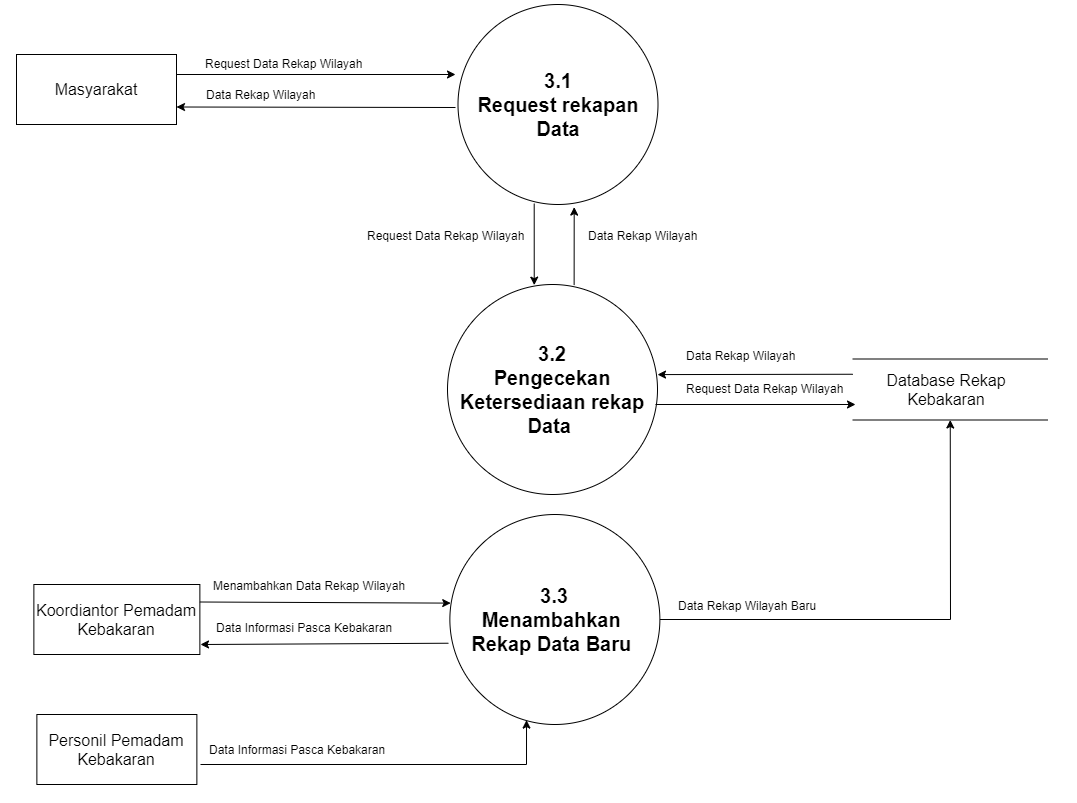
Above: Data Flow Diagram (DFD)/Diagram level 2 proses 3.png in inoyamanaka/MDPL (draw.io), before the change. Source tidied: cells renumbered, new cells last; positions are measured from the earlier drawing's top-left corner, leaving out a move shared by most shapes.
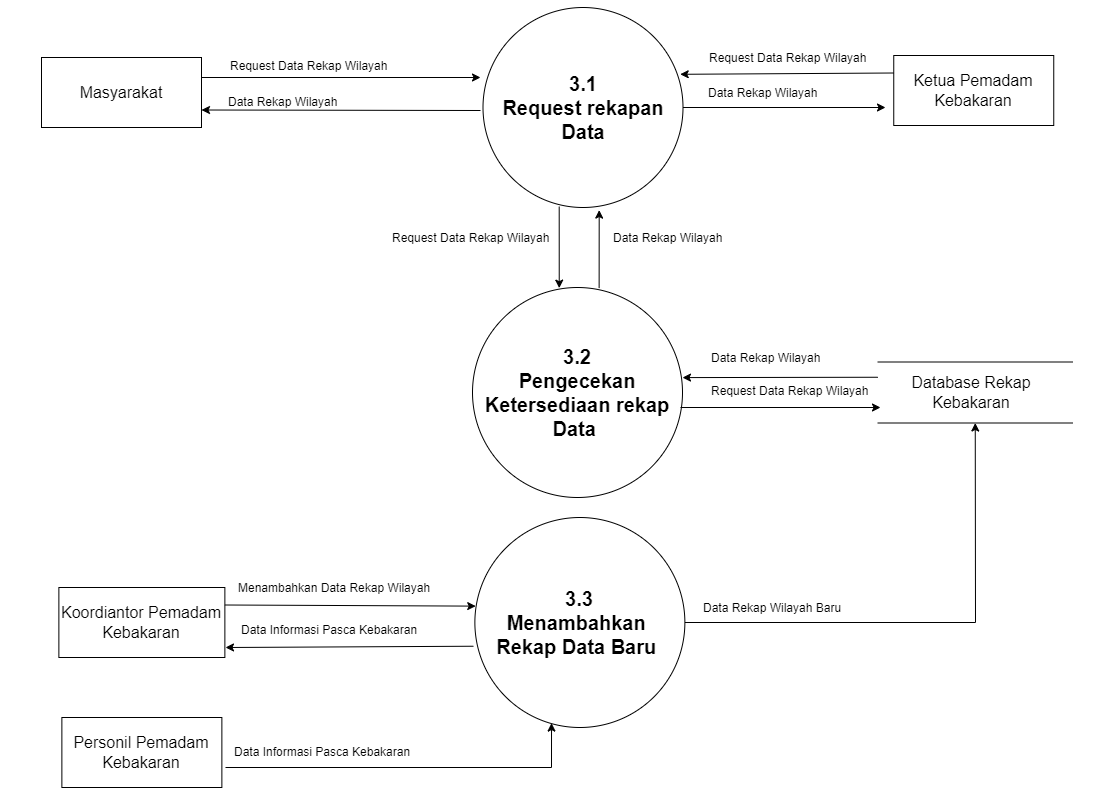
After the change.

Commit message:
Update revisi DFD

Diff of the diagram source:
```diff
@@ -2,72 +2,60 @@
   <root>
     <mxCell id="0" />
     <mxCell id="1" parent="0" />
-    <mxCell id="2" style="ellipse;whiteSpace=wrap;html=1;" parent="1" vertex="1">
-      <mxGeometry x="713" width="80" height="80" as="geometry" />
-    </mxCell>
-    <mxCell id="3" style="ellipse;whiteSpace=wrap;html=1;" parent="1" vertex="1">
-      <mxGeometry y="420" width="80" height="80" as="geometry" />
-    </mxCell>
-    <mxCell id="4" style="ellipse;whiteSpace=wrap;html=1;" parent="1" vertex="1">
-      <mxGeometry x="780" y="1010" width="80" height="80" as="geometry" />
-    </mxCell>
-    <mxCell id="5" style="ellipse;whiteSpace=wrap;html=1;" parent="1" vertex="1">
-      <mxGeometry x="1450" y="380" width="80" height="80" as="geometry" />
-    </mxCell>
     <mxCell id="6" value="&lt;b style=&quot;font-size: 20px&quot;&gt;3.1&lt;br&gt;Request rekapan Data&lt;br&gt;&lt;/b&gt;" style="ellipse;whiteSpace=wrap;html=1;" parent="1" vertex="1">
       <mxGeometry x="691.5" y="140" width="200" height="200" as="geometry" />
     </mxCell>
     <mxCell id="7" value="&lt;span style=&quot;font-size: 16px&quot;&gt;Koordiantor Pemadam Kebakaran&lt;/span&gt;" style="rounded=0;whiteSpace=wrap;html=1;" parent="1" vertex="1">
       <mxGeometry x="267.4" y="720" width="166" height="70" as="geometry" />
     </mxCell>
-    <mxCell id="8" style="shape=partialRectangle;whiteSpace=wrap;html=1;left=0;right=0;fillColor=none;fontSize=8;" parent="1" vertex="1">
-      <mxGeometry x="1086.2" y="494.5" width="195" height="61" as="geometry" />
-    </mxCell>
+    <mxCell id="34" style="shape=partialRectangle;whiteSpace=wrap;html=1;left=0;right=0;fillColor=none;fontSize=8;" parent="1" vertex="1">
+      <mxGeometry x="1086.2" y="494.5" width="195" height="61" as="geometry" />
+    </mxCell>
     <mxCell id="9" value="&lt;font style=&quot;font-size: 16px&quot;&gt;Database Rekap Kebakaran&lt;/font&gt;" style="text;html=1;strokeColor=none;fillColor=none;align=center;verticalAlign=middle;whiteSpace=wrap;rounded=0;fontSize=16;" parent="1" vertex="1">
       <mxGeometry x="1091.2" y="512.5" width="178" height="25" as="geometry" />
     </mxCell>
-    <mxCell id="10" style="endArrow=classic;html=1;rounded=0;" parent="1" edge="1">
-      <mxGeometry relative="1" as="geometry">
-        <mxPoint x="409" y="210" as="sourcePoint" />
-        <mxPoint x="689" y="210" as="targetPoint" />
-      </mxGeometry>
-    </mxCell>
+    <mxCell id="35" style="endArrow=classic;html=1;rounded=0;" parent="1" edge="1">
+      <mxGeometry relative="1" as="geometry">
+        <mxPoint x="409" y="210" as="sourcePoint" />
+        <mxPoint x="689" y="210" as="targetPoint" />
+      </mxGeometry>
+    </mxCell>
     <mxCell id="11" value="&lt;b style=&quot;font-size: 20px&quot;&gt;3.2&lt;br&gt;Pengecekan Ketersediaan rekap Data&amp;nbsp;&lt;br&gt;&lt;/b&gt;" style="ellipse;whiteSpace=wrap;html=1;" parent="1" vertex="1">
       <mxGeometry x="681" y="420" width="210" height="210" as="geometry" />
     </mxCell>
-    <mxCell id="12" style="endArrow=classic;html=1;rounded=0;" parent="1" edge="1">
-      <mxGeometry relative="1" as="geometry">
-        <mxPoint x="889" y="540" as="sourcePoint" />
-        <mxPoint x="1089" y="540" as="targetPoint" />
-      </mxGeometry>
-    </mxCell>
-    <mxCell id="13" style="endArrow=classic;html=1;rounded=0;exitX=0;exitY=0.25;exitDx=0;exitDy=0;entryX=1;entryY=0.429;entryDx=0;entryDy=0;entryPerimeter=0;" parent="1" edge="1" source="8" target="11">
-      <mxGeometry relative="1" as="geometry" />
-    </mxCell>
-    <mxCell id="14" style="endArrow=classic;html=1;rounded=0;entryX=0.5;entryY=1;entryDx=0;entryDy=0;" parent="1" edge="1" source="23" target="8">
-      <mxGeometry relative="1" as="geometry">
-        <Array as="points">
-          <mxPoint x="1184" y="755" />
-        </Array>
-      </mxGeometry>
-    </mxCell>
-    <mxCell id="15" style="endArrow=classic;html=1;rounded=0;entryX=1;entryY=0.75;entryDx=0;entryDy=0;" parent="1" edge="1" target="17">
-      <mxGeometry relative="1" as="geometry">
-        <mxPoint x="689" y="243" as="sourcePoint" />
-      </mxGeometry>
-    </mxCell>
+    <mxCell id="36" style="endArrow=classic;html=1;rounded=0;" parent="1" edge="1">
+      <mxGeometry relative="1" as="geometry">
+        <mxPoint x="889" y="540" as="sourcePoint" />
+        <mxPoint x="1089" y="540" as="targetPoint" />
+      </mxGeometry>
+    </mxCell>
+    <mxCell id="37" style="endArrow=classic;html=1;rounded=0;exitX=0;exitY=0.25;exitDx=0;exitDy=0;entryX=1;entryY=0.429;entryDx=0;entryDy=0;entryPerimeter=0;" parent="1" edge="1" source="34" target="11">
+      <mxGeometry relative="1" as="geometry" />
+    </mxCell>
+    <mxCell id="38" style="endArrow=classic;html=1;rounded=0;entryX=0.5;entryY=1;entryDx=0;entryDy=0;" parent="1" edge="1" source="23" target="34">
+      <mxGeometry relative="1" as="geometry">
+        <Array as="points">
+          <mxPoint x="1184" y="755" />
+        </Array>
+      </mxGeometry>
+    </mxCell>
+    <mxCell id="39" style="endArrow=classic;html=1;rounded=0;entryX=1;entryY=0.75;entryDx=0;entryDy=0;" parent="1" edge="1" target="17">
+      <mxGeometry relative="1" as="geometry">
+        <mxPoint x="689" y="243" as="sourcePoint" />
+      </mxGeometry>
+    </mxCell>
     <mxCell id="16" style="endArrow=classic;html=1;rounded=0;exitX=0.381;exitY=0.995;exitDx=0;exitDy=0;exitPerimeter=0;entryX=0.413;entryY=0.003;entryDx=0;entryDy=0;entryPerimeter=0;" parent="1" edge="1" source="6" target="11">
       <mxGeometry relative="1" as="geometry" />
     </mxCell>
     <mxCell id="17" value="&lt;span style=&quot;font-size: 16px&quot;&gt;Masyarakat&lt;/span&gt;" style="rounded=0;whiteSpace=wrap;html=1;" parent="1" vertex="1">
       <mxGeometry x="250" y="190" width="160" height="70" as="geometry" />
     </mxCell>
-    <mxCell id="18" value="Request Data Rekap Wilayah" style="text;html=1;strokeColor=none;fillColor=none;align=left;verticalAlign=middle;whiteSpace=wrap;rounded=0;" parent="1" vertex="1">
-      <mxGeometry x="437" y="188" width="162" height="22" as="geometry" />
-    </mxCell>
-    <mxCell id="19" value="Data Rekap Wilayah" style="text;html=1;strokeColor=none;fillColor=none;align=left;verticalAlign=middle;whiteSpace=wrap;rounded=0;" parent="1" vertex="1">
-      <mxGeometry x="918.2" y="480" width="162" height="22" as="geometry" />
-    </mxCell>
+    <mxCell id="40" value="Request Data Rekap Wilayah" style="text;html=1;strokeColor=none;fillColor=none;align=left;verticalAlign=middle;whiteSpace=wrap;rounded=0;" parent="1" vertex="1">
+      <mxGeometry x="437" y="188" width="162" height="22" as="geometry" />
+    </mxCell>
+    <mxCell id="41" value="Data Rekap Wilayah" style="text;html=1;strokeColor=none;fillColor=none;align=left;verticalAlign=middle;whiteSpace=wrap;rounded=0;" parent="1" vertex="1">
+      <mxGeometry x="918.2" y="480" width="162" height="22" as="geometry" />
+    </mxCell>
     <mxCell id="20" style="endArrow=classic;html=1;fontFamily=Helvetica;fontSize=11;fontColor=rgba(0, 0, 0, 1);align=center;strokeColor=rgba(0, 0, 0, 1);exitX=1;exitY=0.25;exitDx=0;exitDy=0;entryX=0.004;entryY=0.422;entryDx=0;entryDy=0;entryPerimeter=0;" parent="1" edge="1" source="7" target="23">
       <mxGeometry relative="1" as="geometry" />
     </mxCell>
@@ -83,39 +71,68 @@
     <mxCell id="24" style="endArrow=classic;html=1;rounded=0;entryX=0.581;entryY=1.013;entryDx=0;entryDy=0;entryPerimeter=0;exitX=0.603;exitY=0.003;exitDx=0;exitDy=0;exitPerimeter=0;" parent="1" edge="1" source="11" target="6">
       <mxGeometry relative="1" as="geometry" />
     </mxCell>
-    <mxCell id="25" value="Data Rekap Wilayah" style="text;html=1;strokeColor=none;fillColor=none;align=left;verticalAlign=middle;whiteSpace=wrap;rounded=0;" parent="1" vertex="1">
-      <mxGeometry x="820" y="360" width="129" height="22" as="geometry" />
-    </mxCell>
-    <mxCell id="26" value="Request Data Rekap Wilayah" style="text;html=1;strokeColor=none;fillColor=none;align=left;verticalAlign=middle;whiteSpace=wrap;rounded=0;" parent="1" vertex="1">
-      <mxGeometry x="599" y="360" width="162" height="22" as="geometry" />
-    </mxCell>
-    <mxCell id="27" value="Data Rekap Wilayah" style="text;html=1;strokeColor=none;fillColor=none;align=left;verticalAlign=middle;whiteSpace=wrap;rounded=0;" parent="1" vertex="1">
-      <mxGeometry x="437.9" y="219" width="162" height="22" as="geometry" />
-    </mxCell>
-    <mxCell id="28" value="Request Data Rekap Wilayah" style="text;html=1;strokeColor=none;fillColor=none;align=left;verticalAlign=middle;whiteSpace=wrap;rounded=0;" parent="1" vertex="1">
-      <mxGeometry x="918.2" y="512.5" width="162" height="22" as="geometry" />
-    </mxCell>
+    <mxCell id="42" value="Data Rekap Wilayah" style="text;html=1;strokeColor=none;fillColor=none;align=left;verticalAlign=middle;whiteSpace=wrap;rounded=0;" parent="1" vertex="1">
+      <mxGeometry x="820" y="360" width="129" height="22" as="geometry" />
+    </mxCell>
+    <mxCell id="43" value="Request Data Rekap Wilayah" style="text;html=1;strokeColor=none;fillColor=none;align=left;verticalAlign=middle;whiteSpace=wrap;rounded=0;" parent="1" vertex="1">
+      <mxGeometry x="599" y="360" width="162" height="22" as="geometry" />
+    </mxCell>
+    <mxCell id="44" value="Data Rekap Wilayah" style="text;html=1;strokeColor=none;fillColor=none;align=left;verticalAlign=middle;whiteSpace=wrap;rounded=0;" parent="1" vertex="1">
+      <mxGeometry x="915" y="215" width="162" height="22" as="geometry" />
+    </mxCell>
+    <mxCell id="45" value="Request Data Rekap Wilayah" style="text;html=1;strokeColor=none;fillColor=none;align=left;verticalAlign=middle;whiteSpace=wrap;rounded=0;" parent="1" vertex="1">
+      <mxGeometry x="918.2" y="512.5" width="162" height="22" as="geometry" />
+    </mxCell>
     <mxCell id="29" value="&lt;font style=&quot;font-size: 16px&quot;&gt;Personil Pemadam Kebakaran&lt;/font&gt;" style="rounded=0;whiteSpace=wrap;html=1;" parent="1" vertex="1">
       <mxGeometry x="270.4" y="850" width="160" height="70" as="geometry" />
     </mxCell>
-    <mxCell id="30" style="endArrow=classic;html=1;rounded=0;fontSize=16;entryX=0.365;entryY=0.979;entryDx=0;entryDy=0;entryPerimeter=0;" parent="1" edge="1" target="23">
-      <mxGeometry relative="1" as="geometry">
-        <mxPoint x="434" y="900" as="sourcePoint" />
-        <Array as="points">
-          <mxPoint x="760" y="900" />
-        </Array>
-      </mxGeometry>
-    </mxCell>
-    <mxCell id="31" value="Data Informasi Pasca Kebakaran" style="text;html=1;strokeColor=none;fillColor=none;align=left;verticalAlign=middle;whiteSpace=wrap;rounded=0;" parent="1" vertex="1">
-      <mxGeometry x="440.5" y="874" width="211" height="22" as="geometry" />
-    </mxCell>
-    <mxCell id="32" style="endArrow=classic;html=1;rounded=0;fontSize=16;exitX=-0.007;exitY=0.613;exitDx=0;exitDy=0;exitPerimeter=0;" parent="1" edge="1" source="23">
-      <mxGeometry relative="1" as="geometry">
-        <mxPoint x="434" y="780" as="targetPoint" />
-      </mxGeometry>
-    </mxCell>
-    <mxCell id="33" value="Data Informasi Pasca Kebakaran" style="text;html=1;strokeColor=none;fillColor=none;align=left;verticalAlign=middle;whiteSpace=wrap;rounded=0;" parent="1" vertex="1">
-      <mxGeometry x="447.5" y="752" width="211" height="22" as="geometry" />
-    </mxCell>
+    <mxCell id="46" style="endArrow=classic;html=1;rounded=0;fontSize=16;entryX=0.365;entryY=0.979;entryDx=0;entryDy=0;entryPerimeter=0;" parent="1" edge="1" target="23">
+      <mxGeometry relative="1" as="geometry">
+        <mxPoint x="434" y="900" as="sourcePoint" />
+        <Array as="points">
+          <mxPoint x="760" y="900" />
+        </Array>
+      </mxGeometry>
+    </mxCell>
+    <mxCell id="47" value="Data Informasi Pasca Kebakaran" style="text;html=1;strokeColor=none;fillColor=none;align=left;verticalAlign=middle;whiteSpace=wrap;rounded=0;" parent="1" vertex="1">
+      <mxGeometry x="440.5" y="874" width="211" height="22" as="geometry" />
+    </mxCell>
+    <mxCell id="48" style="endArrow=classic;html=1;rounded=0;fontSize=16;exitX=-0.007;exitY=0.613;exitDx=0;exitDy=0;exitPerimeter=0;" parent="1" edge="1" source="23">
+      <mxGeometry relative="1" as="geometry">
+        <mxPoint x="434" y="780" as="targetPoint" />
+      </mxGeometry>
+    </mxCell>
+    <mxCell id="49" value="Data Informasi Pasca Kebakaran" style="text;html=1;strokeColor=none;fillColor=none;align=left;verticalAlign=middle;whiteSpace=wrap;rounded=0;" parent="1" vertex="1">
+      <mxGeometry x="447.5" y="752" width="211" height="22" as="geometry" />
+    </mxCell>
+    <mxCell id="50" value="&lt;font style=&quot;font-size: 16px&quot;&gt;Ketua Pemadam Kebakaran&lt;/font&gt;" style="rounded=0;whiteSpace=wrap;html=1;" parent="1" vertex="1">
+      <mxGeometry x="1102.2" y="188" width="160" height="70" as="geometry" />
+    </mxCell>
+    <mxCell id="51" style="endArrow=classic;html=1;rounded=0;exitX=0;exitY=0.25;exitDx=0;exitDy=0;entryX=0.986;entryY=0.334;entryDx=0;entryDy=0;entryPerimeter=0;" parent="1" edge="1" source="50" target="6">
+      <mxGeometry relative="1" as="geometry" />
+    </mxCell>
+    <mxCell id="52" style="endArrow=classic;html=1;rounded=0;exitX=1;exitY=0.5;exitDx=0;exitDy=0;" parent="1" edge="1" source="6">
+      <mxGeometry relative="1" as="geometry">
+        <mxPoint x="1094" y="240" as="targetPoint" />
+      </mxGeometry>
+    </mxCell>
+    <mxCell id="53" value="Request Data Rekap Wilayah" style="text;html=1;strokeColor=none;fillColor=none;align=left;verticalAlign=middle;whiteSpace=wrap;rounded=0;" parent="1" vertex="1">
+      <mxGeometry x="915.6" y="180" width="162" height="22" as="geometry" />
+    </mxCell>
+    <mxCell id="54" value="Data Rekap Wilayah" style="text;html=1;strokeColor=none;fillColor=none;align=left;verticalAlign=middle;whiteSpace=wrap;rounded=0;" parent="1" vertex="1">
+      <mxGeometry x="434.9" y="224" width="162" height="22" as="geometry" />
+    </mxCell>
+    <mxCell id="55" style="ellipse;whiteSpace=wrap;html=1;" parent="1" vertex="1">
+      <mxGeometry x="-71" y="422" width="80" height="80" as="geometry" />
+    </mxCell>
+    <mxCell id="56" style="ellipse;whiteSpace=wrap;html=1;" parent="1" vertex="1">
+      <mxGeometry x="714" y="1030" width="80" height="80" as="geometry" />
+    </mxCell>
+    <mxCell id="57" style="ellipse;whiteSpace=wrap;html=1;" parent="1" vertex="1">
+      <mxGeometry x="1474" y="484" width="80" height="80" as="geometry" />
+    </mxCell>
+    <mxCell id="58" style="ellipse;whiteSpace=wrap;html=1;" parent="1" vertex="1">
+      <mxGeometry x="751.5" y="10" width="80" height="80" as="geometry" />
+    </mxCell>
   </root>
 </mxGraphModel>
```
